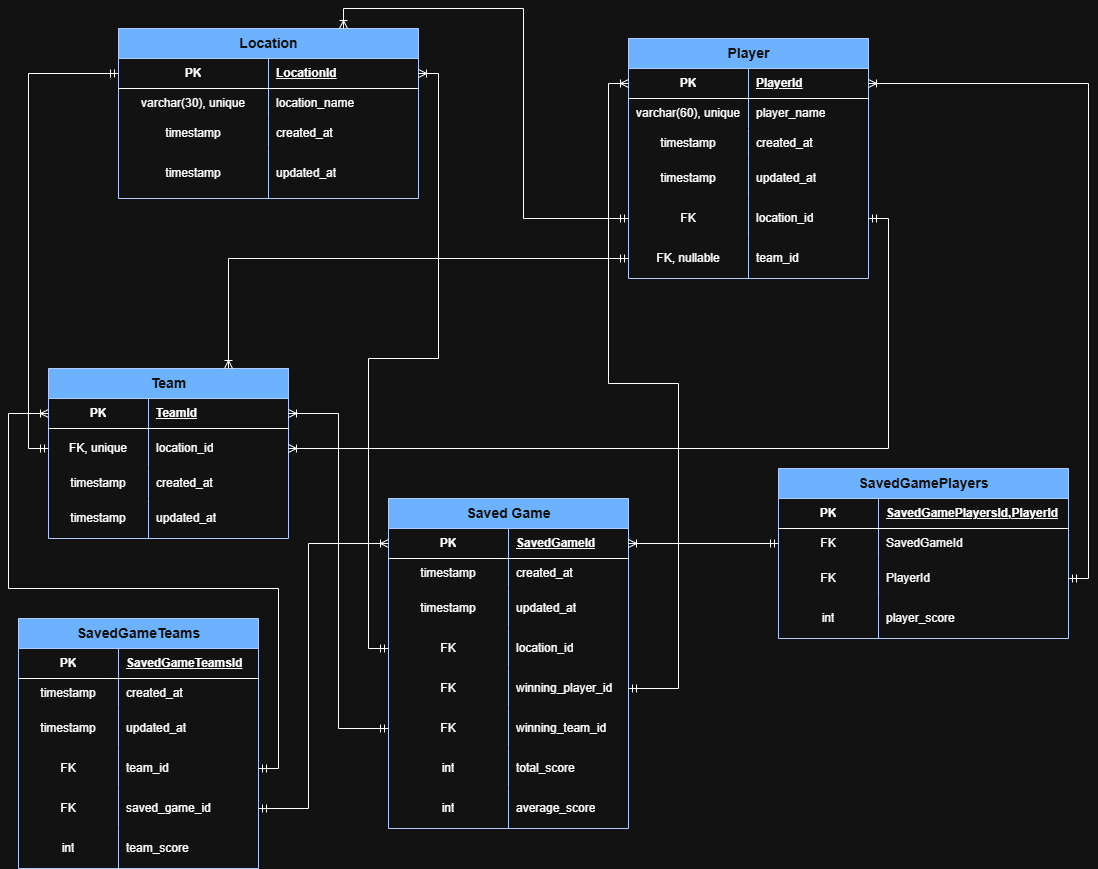
darienmiller88/JeopardyScoreBoard-V2 keeps this draw.io diagram as database/schema/jeopardyScoreBoard.png. Above is the earlier version. Source tidied: cells renumbered, new cells last; positions are measured from the earlier drawing's top-left corner, leaving out a move shared by most shapes.
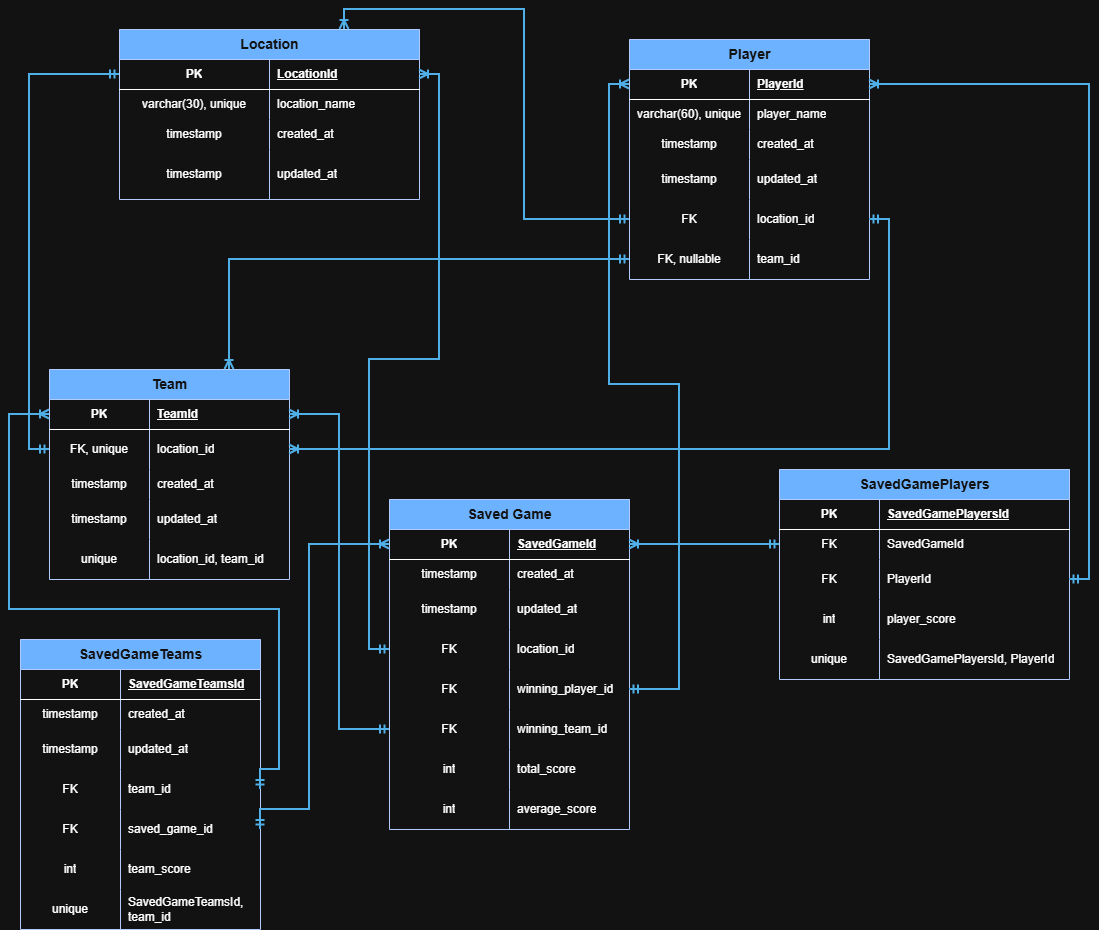
The same diagram one commit later.

Change to the diagram source:
```diff
@@ -99,7 +99,7 @@
       <mxGeometry x="120" width="120" height="40" as="geometry" />
     </mxCell>
     <mxCell id="34" value="&lt;font style=&quot;font-size: 14px;&quot;&gt;Team&lt;/font&gt;" style="shape=table;startSize=30;rowLines=0;fontStyle=1;align=center;html=1;fillColor=#0050ef;fontColor=#ffffff;strokeColor=#001DBC;" parent="1" vertex="1">
-      <mxGeometry x="40" y="340" width="240" height="170" as="geometry" />
+      <mxGeometry x="40" y="340" width="240" height="210" as="geometry" />
     </mxCell>
     <mxCell id="35" style="shape=tableRow;horizontal=0;startSize=0;swimlaneHead=0;swimlaneBody=0;fillColor=none;points=[[0,0.5],[1,0.5]];portConstraint=eastwest;top=0;left=0;right=0;bottom=1;" parent="34" vertex="1">
       <mxGeometry y="30" width="240" height="30" as="geometry" />
@@ -137,7 +137,16 @@
     <mxCell id="46" value="updated_at" style="shape=partialRectangle;fillColor=none;top=0;left=0;bottom=0;right=0;align=left;spacingLeft=6;overflow=hidden;whiteSpace=wrap;html=1;" parent="44" vertex="1">
       <mxGeometry x="100" width="140" height="40" as="geometry" />
     </mxCell>
+    <mxCell id="115" style="shape=tableRow;horizontal=0;startSize=0;swimlaneHead=0;swimlaneBody=0;fillColor=none;top=0;left=0;right=0;bottom=0;" parent="34" vertex="1">
+      <mxGeometry y="170" width="240" height="40" as="geometry" />
+    </mxCell>
+    <mxCell id="116" value="unique" style="shape=partialRectangle;fillColor=none;top=0;left=0;bottom=0;right=0;overflow=hidden;whiteSpace=wrap;html=1;" parent="115" vertex="1">
+      <mxGeometry width="100" height="40" as="geometry" />
+    </mxCell>
+    <mxCell id="117" value="location_id, team_id" style="shape=partialRectangle;fillColor=none;top=0;left=0;bottom=0;right=0;align=left;spacingLeft=6;overflow=hidden;whiteSpace=wrap;html=1;" parent="115" vertex="1">
+      <mxGeometry x="100" width="140" height="40" as="geometry" />
+    </mxCell>
-    <mxCell id="47" style="edgeStyle=orthogonalEdgeStyle;rounded=0;jettySize=auto;html=1;exitX=1;exitY=0.5;exitDx=0;exitDy=0;entryX=1;entryY=0.5;entryDx=0;entryDy=0;endArrow=ERoneToMany;endFill=0;startArrow=ERmandOne;startFill=0;" parent="1" edge="1" source="28" target="38">
+    <mxCell id="47" style="edgeStyle=orthogonalEdgeStyle;rounded=0;jettySize=auto;html=1;exitX=1;exitY=0.5;exitDx=0;exitDy=0;entryX=1;entryY=0.5;entryDx=0;entryDy=0;endArrow=ERoneToMany;endFill=0;startArrow=ERmandOne;startFill=0;fillColor=#1ba1e2;strokeColor=#006EAF;strokeWidth=2;" parent="1" edge="1" source="28" target="38">
       <mxGeometry relative="1" as="geometry" />
     </mxCell>
     <mxCell id="48" value="&lt;font style=&quot;font-size: 14px;&quot;&gt;Saved Game&lt;/font&gt;" style="shape=table;startSize=30;rowLines=0;fontStyle=1;align=center;html=1;fillColor=#0050ef;fontColor=#ffffff;strokeColor=#001DBC;" parent="1" vertex="1">
@@ -215,11 +224,11 @@
     <mxCell id="72" value="average_score" style="shape=partialRectangle;fillColor=none;top=0;left=0;bottom=0;right=0;align=left;spacingLeft=6;overflow=hidden;whiteSpace=wrap;html=1;" parent="70" vertex="1">
       <mxGeometry x="120" width="120" height="40" as="geometry" />
     </mxCell>
-    <mxCell id="73" style="edgeStyle=orthogonalEdgeStyle;rounded=0;jettySize=auto;html=1;exitX=0;exitY=0.5;exitDx=0;exitDy=0;entryX=1;entryY=0.5;entryDx=0;entryDy=0;endArrow=ERoneToMany;endFill=0;startArrow=ERmandOne;startFill=0;" parent="1" edge="1" source="58" target="3">
+    <mxCell id="73" style="edgeStyle=orthogonalEdgeStyle;rounded=0;jettySize=auto;html=1;exitX=0;exitY=0.5;exitDx=0;exitDy=0;entryX=1;entryY=0.5;entryDx=0;entryDy=0;endArrow=ERoneToMany;endFill=0;startArrow=ERmandOne;startFill=0;fillColor=#1ba1e2;strokeColor=#006EAF;strokeWidth=2;" parent="1" edge="1" source="58" target="3">
       <mxGeometry relative="1" as="geometry" />
     </mxCell>
     <mxCell id="74" value="&lt;font style=&quot;font-size: 14px;&quot;&gt;SavedGamePlayers&lt;/font&gt;" style="shape=table;startSize=30;rowLines=0;fontStyle=1;align=center;html=1;fillColor=#0050ef;fontColor=#ffffff;strokeColor=#001DBC;" parent="1" vertex="1">
-      <mxGeometry x="770" y="440" width="290" height="170" as="geometry" />
+      <mxGeometry x="770" y="440" width="290" height="210" as="geometry" />
     </mxCell>
     <mxCell id="75" style="shape=tableRow;horizontal=0;startSize=0;swimlaneHead=0;swimlaneBody=0;fillColor=none;top=0;left=0;right=0;bottom=1;" parent="74" vertex="1">
       <mxGeometry y="30" width="290" height="30" as="geometry" />
@@ -227,7 +236,7 @@
     <mxCell id="76" value="PK" style="shape=partialRectangle;fillColor=none;top=0;left=0;bottom=0;right=0;fontStyle=1;overflow=hidden;whiteSpace=wrap;html=1;" parent="75" vertex="1">
       <mxGeometry width="100" height="30" as="geometry" />
     </mxCell>
-    <mxCell id="77" value="SavedGamePlayersId,PlayerId" style="shape=partialRectangle;fillColor=none;top=0;left=0;bottom=0;right=0;align=left;spacingLeft=6;fontStyle=5;overflow=hidden;whiteSpace=wrap;html=1;" parent="75" vertex="1">
+    <mxCell id="77" value="SavedGamePlayersId" style="shape=partialRectangle;fillColor=none;top=0;left=0;bottom=0;right=0;align=left;spacingLeft=6;fontStyle=5;overflow=hidden;whiteSpace=wrap;html=1;" parent="75" vertex="1">
       <mxGeometry x="100" width="190" height="30" as="geometry" />
     </mxCell>
     <mxCell id="78" style="shape=tableRow;horizontal=0;startSize=0;swimlaneHead=0;swimlaneBody=0;fillColor=none;points=[[0,0.5],[1,0.5]];portConstraint=eastwest;top=0;left=0;right=0;bottom=0;" parent="74" vertex="1">
@@ -257,14 +266,23 @@
     <mxCell id="86" value="player_score" style="shape=partialRectangle;fillColor=none;top=0;left=0;bottom=0;right=0;align=left;spacingLeft=6;overflow=hidden;whiteSpace=wrap;html=1;" parent="84" vertex="1">
       <mxGeometry x="100" width="190" height="40" as="geometry" />
     </mxCell>
+    <mxCell id="118" style="shape=tableRow;horizontal=0;startSize=0;swimlaneHead=0;swimlaneBody=0;fillColor=none;top=0;left=0;right=0;bottom=0;" parent="74" vertex="1">
+      <mxGeometry y="170" width="290" height="40" as="geometry" />
+    </mxCell>
+    <mxCell id="119" value="unique" style="shape=partialRectangle;fillColor=none;top=0;left=0;bottom=0;right=0;overflow=hidden;whiteSpace=wrap;html=1;" parent="118" vertex="1">
+      <mxGeometry width="100" height="40" as="geometry" />
+    </mxCell>
+    <mxCell id="120" value="SavedGamePlayersId, PlayerId" style="shape=partialRectangle;fillColor=none;top=0;left=0;bottom=0;right=0;align=left;spacingLeft=6;overflow=hidden;whiteSpace=wrap;html=1;" parent="118" vertex="1">
+      <mxGeometry x="100" width="190" height="40" as="geometry" />
+    </mxCell>
-    <mxCell id="87" style="edgeStyle=orthogonalEdgeStyle;rounded=0;jettySize=auto;html=1;exitX=0;exitY=0.5;exitDx=0;exitDy=0;entryX=1;entryY=0.5;entryDx=0;entryDy=0;endArrow=ERoneToMany;endFill=0;startArrow=ERmandOne;startFill=0;" parent="1" edge="1" source="78" target="49">
+    <mxCell id="87" style="edgeStyle=orthogonalEdgeStyle;rounded=0;jettySize=auto;html=1;exitX=0;exitY=0.5;exitDx=0;exitDy=0;entryX=1;entryY=0.5;entryDx=0;entryDy=0;endArrow=ERoneToMany;endFill=0;startArrow=ERmandOne;startFill=0;fillColor=#1ba1e2;strokeColor=#006EAF;strokeWidth=2;" parent="1" edge="1" source="78" target="49">
       <mxGeometry relative="1" as="geometry" />
     </mxCell>
-    <mxCell id="88" style="edgeStyle=orthogonalEdgeStyle;rounded=0;jettySize=auto;html=1;exitX=1;exitY=0.5;exitDx=0;exitDy=0;entryX=1;entryY=0.5;entryDx=0;entryDy=0;endArrow=ERoneToMany;endFill=0;startArrow=ERmandOne;startFill=0;" parent="1" edge="1" source="81" target="16">
+    <mxCell id="88" style="edgeStyle=orthogonalEdgeStyle;rounded=0;jettySize=auto;html=1;exitX=1;exitY=0.5;exitDx=0;exitDy=0;entryX=1;entryY=0.5;entryDx=0;entryDy=0;endArrow=ERoneToMany;endFill=0;startArrow=ERmandOne;startFill=0;strokeWidth=2;fillColor=#1ba1e2;strokeColor=#006EAF;" parent="1" edge="1" source="81" target="16">
       <mxGeometry relative="1" as="geometry" />
     </mxCell>
     <mxCell id="89" value="&lt;font style=&quot;font-size: 14px;&quot;&gt;SavedGameTeams&lt;/font&gt;" style="shape=table;startSize=30;rowLines=0;fontStyle=1;align=center;html=1;fillColor=#0050ef;fontColor=#ffffff;strokeColor=#001DBC;" parent="1" vertex="1">
-      <mxGeometry x="10" y="590" width="240" height="250" as="geometry" />
+      <mxGeometry x="11" y="610" width="240" height="290" as="geometry" />
     </mxCell>
     <mxCell id="90" style="shape=tableRow;horizontal=0;startSize=0;swimlaneHead=0;swimlaneBody=0;fillColor=none;top=0;left=0;right=0;bottom=1;" parent="89" vertex="1">
       <mxGeometry y="30" width="240" height="30" as="geometry" />
@@ -320,7 +338,16 @@
     <mxCell id="107" value="team_score" style="shape=partialRectangle;fillColor=none;top=0;left=0;bottom=0;right=0;align=left;spacingLeft=6;overflow=hidden;whiteSpace=wrap;html=1;" parent="105" vertex="1">
       <mxGeometry x="100" width="140" height="40" as="geometry" />
     </mxCell>
+    <mxCell id="121" style="shape=tableRow;horizontal=0;startSize=0;swimlaneHead=0;swimlaneBody=0;fillColor=none;top=0;left=0;right=0;bottom=0;" parent="89" vertex="1">
+      <mxGeometry y="250" width="240" height="40" as="geometry" />
+    </mxCell>
+    <mxCell id="122" value="unique" style="shape=partialRectangle;fillColor=none;top=0;left=0;bottom=0;right=0;overflow=hidden;whiteSpace=wrap;html=1;" parent="121" vertex="1">
+      <mxGeometry width="100" height="40" as="geometry" />
+    </mxCell>
+    <mxCell id="123" value="SavedGameTeamsId, team_id" style="shape=partialRectangle;fillColor=none;top=0;left=0;bottom=0;right=0;align=left;spacingLeft=6;overflow=hidden;whiteSpace=wrap;html=1;" parent="121" vertex="1">
+      <mxGeometry x="100" width="140" height="40" as="geometry" />
+    </mxCell>
-    <mxCell id="108" style="edgeStyle=orthogonalEdgeStyle;rounded=0;jettySize=auto;html=1;exitX=1;exitY=0.5;exitDx=0;exitDy=0;entryX=0;entryY=0.5;entryDx=0;entryDy=0;endArrow=ERoneToMany;endFill=0;startArrow=ERmandOne;startFill=0;" parent="1" edge="1" source="61" target="16">
+    <mxCell id="108" style="edgeStyle=orthogonalEdgeStyle;rounded=0;jettySize=auto;html=1;exitX=1;exitY=0.5;exitDx=0;exitDy=0;entryX=0;entryY=0.5;entryDx=0;entryDy=0;endArrow=ERoneToMany;endFill=0;startArrow=ERmandOne;startFill=0;strokeWidth=2;fillColor=#1ba1e2;strokeColor=#006EAF;" parent="1" edge="1" source="61" target="16">
       <mxGeometry relative="1" as="geometry">
         <Array as="points">
           <mxPoint x="670" y="660" />
@@ -330,26 +357,27 @@
         </Array>
       </mxGeometry>
     </mxCell>
-    <mxCell id="109" style="edgeStyle=orthogonalEdgeStyle;rounded=0;jettySize=auto;html=1;exitX=0;exitY=0.5;exitDx=0;exitDy=0;entryX=1;entryY=0.5;entryDx=0;entryDy=0;endArrow=ERoneToMany;endFill=0;startArrow=ERmandOne;startFill=0;" parent="1" edge="1" source="64" target="35">
+    <mxCell id="109" style="edgeStyle=orthogonalEdgeStyle;rounded=0;jettySize=auto;html=1;exitX=0;exitY=0.5;exitDx=0;exitDy=0;entryX=1;entryY=0.5;entryDx=0;entryDy=0;endArrow=ERoneToMany;endFill=0;startArrow=ERmandOne;startFill=0;fillColor=#1ba1e2;strokeColor=#006EAF;strokeWidth=2;" parent="1" edge="1" source="64" target="35">
       <mxGeometry relative="1" as="geometry" />
     </mxCell>
-    <mxCell id="110" style="edgeStyle=orthogonalEdgeStyle;rounded=0;jettySize=auto;html=1;exitX=0;exitY=0.5;exitDx=0;exitDy=0;entryX=0.75;entryY=0;entryDx=0;entryDy=0;endArrow=ERoneToMany;endFill=0;startArrow=ERmandOne;startFill=0;" parent="1" edge="1" source="31" target="34">
+    <mxCell id="110" style="edgeStyle=orthogonalEdgeStyle;rounded=0;jettySize=auto;html=1;exitX=0;exitY=0.5;exitDx=0;exitDy=0;entryX=0.75;entryY=0;entryDx=0;entryDy=0;endArrow=ERoneToMany;endFill=0;startArrow=ERmandOne;startFill=0;fillColor=#1ba1e2;strokeColor=#006EAF;strokeWidth=2;" parent="1" edge="1" source="31" target="34">
       <mxGeometry relative="1" as="geometry" />
     </mxCell>
-    <mxCell id="111" style="edgeStyle=orthogonalEdgeStyle;rounded=0;jettySize=auto;html=1;exitX=0;exitY=0.5;exitDx=0;exitDy=0;entryX=0.75;entryY=0;entryDx=0;entryDy=0;endArrow=ERoneToMany;endFill=0;startArrow=ERmandOne;startFill=0;" parent="1" edge="1" source="28" target="2">
+    <mxCell id="111" style="edgeStyle=orthogonalEdgeStyle;rounded=0;jettySize=auto;html=1;exitX=0;exitY=0.5;exitDx=0;exitDy=0;entryX=0.75;entryY=0;entryDx=0;entryDy=0;endArrow=ERoneToMany;endFill=0;startArrow=ERmandOne;startFill=0;fillColor=#1ba1e2;strokeColor=#006EAF;strokeWidth=2;" parent="1" edge="1" source="28" target="2">
       <mxGeometry relative="1" as="geometry" />
     </mxCell>
-    <mxCell id="112" style="edgeStyle=orthogonalEdgeStyle;rounded=0;jettySize=auto;html=1;exitX=1;exitY=0.5;exitDx=0;exitDy=0;entryX=0;entryY=0.5;entryDx=0;entryDy=0;endArrow=ERoneToMany;endFill=0;startArrow=ERmandOne;startFill=0;" parent="1" edge="1" source="99" target="35">
+    <mxCell id="112" style="edgeStyle=orthogonalEdgeStyle;rounded=0;jettySize=auto;html=1;exitX=1;exitY=0.5;exitDx=0;exitDy=0;entryX=0;entryY=0.5;entryDx=0;entryDy=0;endArrow=ERoneToMany;endFill=0;startArrow=ERmandOne;startFill=0;fillColor=#1ba1e2;strokeColor=#006EAF;strokeWidth=2;" parent="1" edge="1" source="99" target="35">
       <mxGeometry relative="1" as="geometry">
         <Array as="points">
+          <mxPoint x="251" y="740" />
           <mxPoint x="270" y="740" />
-          <mxPoint x="270" y="560" />
-          <mxPoint y="560" />
+          <mxPoint x="270" y="580" />
+          <mxPoint y="580" />
           <mxPoint y="385" />
         </Array>
       </mxGeometry>
     </mxCell>
-    <mxCell id="113" style="edgeStyle=orthogonalEdgeStyle;rounded=0;jettySize=auto;html=1;exitX=1;exitY=0.5;exitDx=0;exitDy=0;entryX=0;entryY=0.5;entryDx=0;entryDy=0;endArrow=ERoneToMany;endFill=0;startArrow=ERmandOne;startFill=0;" parent="1" edge="1" source="102" target="49">
+    <mxCell id="113" style="edgeStyle=orthogonalEdgeStyle;rounded=0;jettySize=auto;html=1;exitX=1;exitY=0.5;exitDx=0;exitDy=0;entryX=0;entryY=0.5;entryDx=0;entryDy=0;endArrow=ERoneToMany;endFill=0;startArrow=ERmandOne;startFill=0;strokeWidth=2;fillColor=#1ba1e2;strokeColor=#006EAF;" parent="1" edge="1" source="102" target="49">
       <mxGeometry relative="1" as="geometry">
         <Array as="points">
           <mxPoint x="300" y="780" />
@@ -357,7 +385,7 @@
         </Array>
       </mxGeometry>
     </mxCell>
-    <mxCell id="114" style="edgeStyle=orthogonalEdgeStyle;rounded=0;jettySize=auto;html=1;exitX=0;exitY=0.5;exitDx=0;exitDy=0;entryX=0;entryY=0.5;entryDx=0;entryDy=0;endArrow=ERmandOne;endFill=0;startArrow=ERmandOne;startFill=0;" parent="1" edge="1" source="38" target="3">
+    <mxCell id="114" style="edgeStyle=orthogonalEdgeStyle;rounded=0;jettySize=auto;html=1;exitX=0;exitY=0.5;exitDx=0;exitDy=0;entryX=0;entryY=0.5;entryDx=0;entryDy=0;endArrow=ERmandOne;endFill=0;startArrow=ERmandOne;startFill=0;fillColor=#1ba1e2;strokeColor=#006EAF;strokeWidth=2;" parent="1" edge="1" source="38" target="3">
       <mxGeometry relative="1" as="geometry" />
     </mxCell>
   </root>
```
